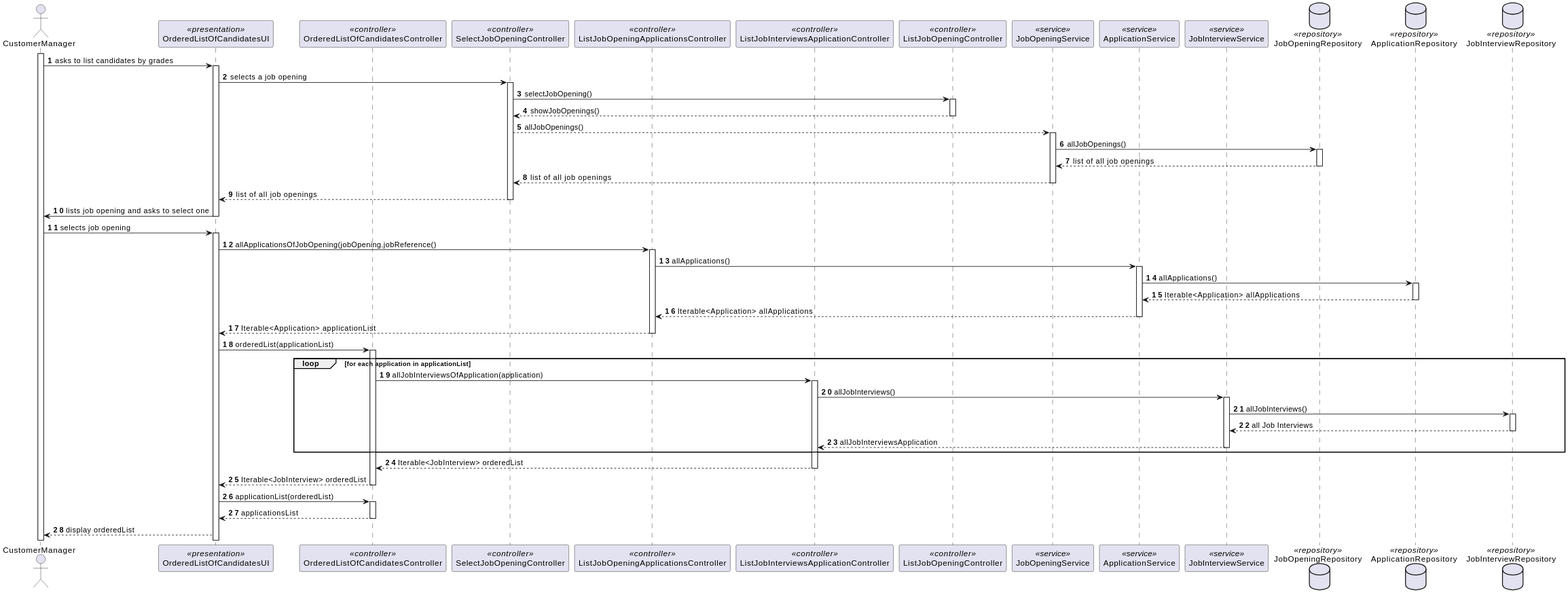
Earlier version of the PlantUML export docs/SprintC/10-ordered-list-of-candidates/sequence-diagram.svg (MiguelCardoso77/LAPR4).
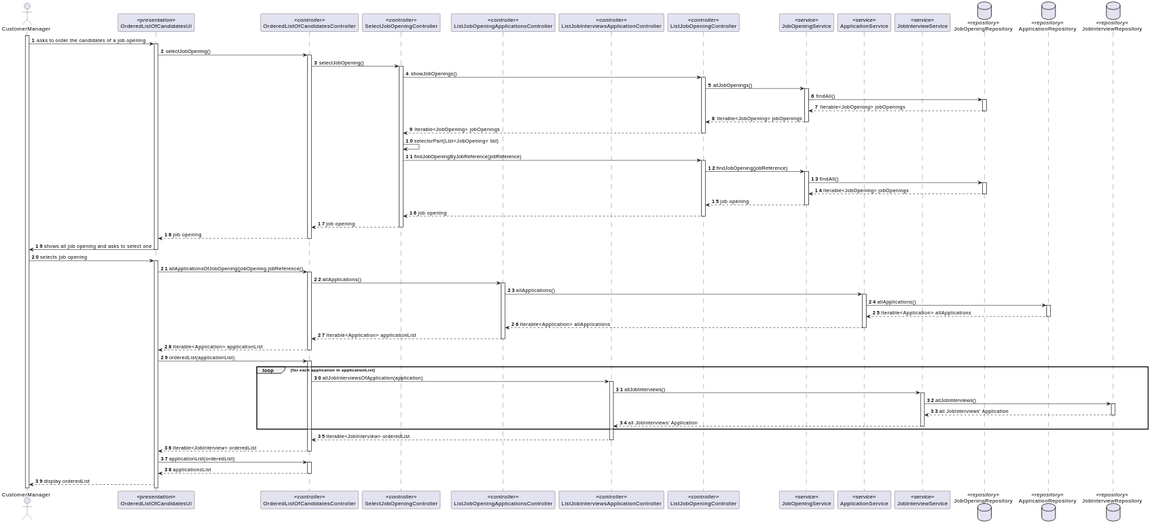
The same file after the commit.

The edit, as a diff of the source:
```diff
@@ -22,48 +22,71 @@
 
 activate CustomerManager
 
-    CustomerManager -> OrderedListOfCandidatesUI : asks to list candidates by grades
-    activate OrderedListOfCandidatesUI
+       CustomerManager -> OrderedListOfCandidatesUI : asks to order the candidates of a job opening
+           activate OrderedListOfCandidatesUI
 
-        OrderedListOfCandidatesUI -> SelectJobOpeningController : selects a job opening
-        activate SelectJobOpeningController
+               OrderedListOfCandidatesUI -> OrderedListOfCandidatesController : selectJobOpening()
+               activate OrderedListOfCandidatesController
 
-            SelectJobOpeningController -> ListJobOpeningController : selectJobOpening()
-            activate ListJobOpeningController
+                   OrderedListOfCandidatesController -> SelectJobOpeningController : selectJobOpening()
+                   activate SelectJobOpeningController
 
-                ListJobOpeningController --> SelectJobOpeningController : showJobOpenings()
+                       SelectJobOpeningController -> ListJobOpeningController : showJobOpenings()
+                       activate ListJobOpeningController
 
-            deactivate ListJobOpeningController
+                           ListJobOpeningController -> JobOpeningService : allJobOpenings()
+                           activate JobOpeningService
 
-            SelectJobOpeningController --> JobOpeningService : allJobOpenings()
+                               JobOpeningService -> JobOpeningRepository : findAll()
+                               activate JobOpeningRepository
 
-        activate JobOpeningService
+                                   JobOpeningRepository --> JobOpeningService : Iterable<JobOpening> jobOpenings
+                               deactivate JobOpeningRepository
 
-        JobOpeningService -> JobOpeningRepository : allJobOpenings()
+                               JobOpeningService --> ListJobOpeningController : Iterable<JobOpening> jobOpenings
+                           deactivate JobOpeningService
 
-        activate JobOpeningRepository
+                           ListJobOpeningController --> SelectJobOpeningController : Iterable<JobOpening> jobOpenings
+                       deactivate ListJobOpeningController
 
-        JobOpeningRepository --> JobOpeningService  : list of all job openings
+                       SelectJobOpeningController -> SelectJobOpeningController : selectorPart(List<JobOpening> list)
 
-        deactivate JobOpeningRepository
+                           SelectJobOpeningController -> ListJobOpeningController : findJobOpeningByJobReference(jobReference)
+                           activate ListJobOpeningController
 
-        JobOpeningService --> SelectJobOpeningController : list of all job openings
+                               ListJobOpeningController -> JobOpeningService : findJobOpening(jobReference)
+                               activate JobOpeningService
 
-        deactivate JobOpeningService
+                                   JobOpeningService -> JobOpeningRepository : findAll()
+                                   activate JobOpeningRepository
 
-        SelectJobOpeningController --> OrderedListOfCandidatesUI : list of all job openings
+                                       JobOpeningRepository --> JobOpeningService : Iterable<JobOpening> jobOpenings
+                                   deactivate JobOpeningRepository
 
-        deactivate SelectJobOpeningController
+                                   JobOpeningService --> ListJobOpeningController : job opening
+                               deactivate JobOpeningService
 
-        OrderedListOfCandidatesUI -> CustomerManager : lists job opening and asks to select one
+                               ListJobOpeningController --> SelectJobOpeningController : job opening
+                           deactivate ListJobOpeningController
 
-    deactivate OrderedListOfCandidatesUI
+                       SelectJobOpeningController --> OrderedListOfCandidatesController : job opening
+                   deactivate SelectJobOpeningController
+
+                   OrderedListOfCandidatesController --> OrderedListOfCandidatesUI : job opening
+               deactivate OrderedListOfCandidatesController
+
+               OrderedListOfCandidatesUI -> CustomerManager : shows all job opening and asks to select one
+           deactivate OrderedListOfCandidatesUI
 
     CustomerManager -> OrderedListOfCandidatesUI : selects job opening
 
     activate OrderedListOfCandidatesUI
 
-        OrderedListOfCandidatesUI -> ListJobOpeningApplicationsController : allApplicationsOfJobOpening(jobOpening.jobReference()
+        OrderedListOfCandidatesUI -> OrderedListOfCandidatesController : allApplicationsOfJobOpening(jobOpening.jobReference()
+        activate OrderedListOfCandidatesController
+
+        OrderedListOfCandidatesController -> ListJobOpeningApplicationsController : allApplications()
+
         activate ListJobOpeningApplicationsController
 
             ListJobOpeningApplicationsController -> ApplicationService : allApplications()
@@ -80,11 +103,13 @@
 
                 deactivate ApplicationService
 
-            ListJobOpeningApplicationsController --> OrderedListOfCandidatesUI : Iterable<Application> applicationList
+            ListJobOpeningApplicationsController --> OrderedListOfCandidatesController : Iterable<Application> applicationList
 
-        deactivate ListJobOpeningApplicationsController
+            deactivate ListJobOpeningApplicationsController
 
+            OrderedListOfCandidatesController --> OrderedListOfCandidatesUI : Iterable<Application> applicationList
 
+        deactivate OrderedListOfCandidatesController
 
            OrderedListOfCandidatesUI -> OrderedListOfCandidatesController : orderedList(applicationList)
 
@@ -104,11 +129,11 @@
 
             activate JobInterviewRepository
 
-            JobInterviewRepository --> JobInterviewService : all Job Interviews
+            JobInterviewRepository --> JobInterviewService : all JobInterviews' Application
 
             deactivate JobInterviewRepository
 
-            JobInterviewService -->  ListJobInterviewsApplicationController :allJobInterviewsApplication
+            JobInterviewService -->  ListJobInterviewsApplicationController : all JobInterviews' Application
 
             deactivate JobInterviewService
 
```
